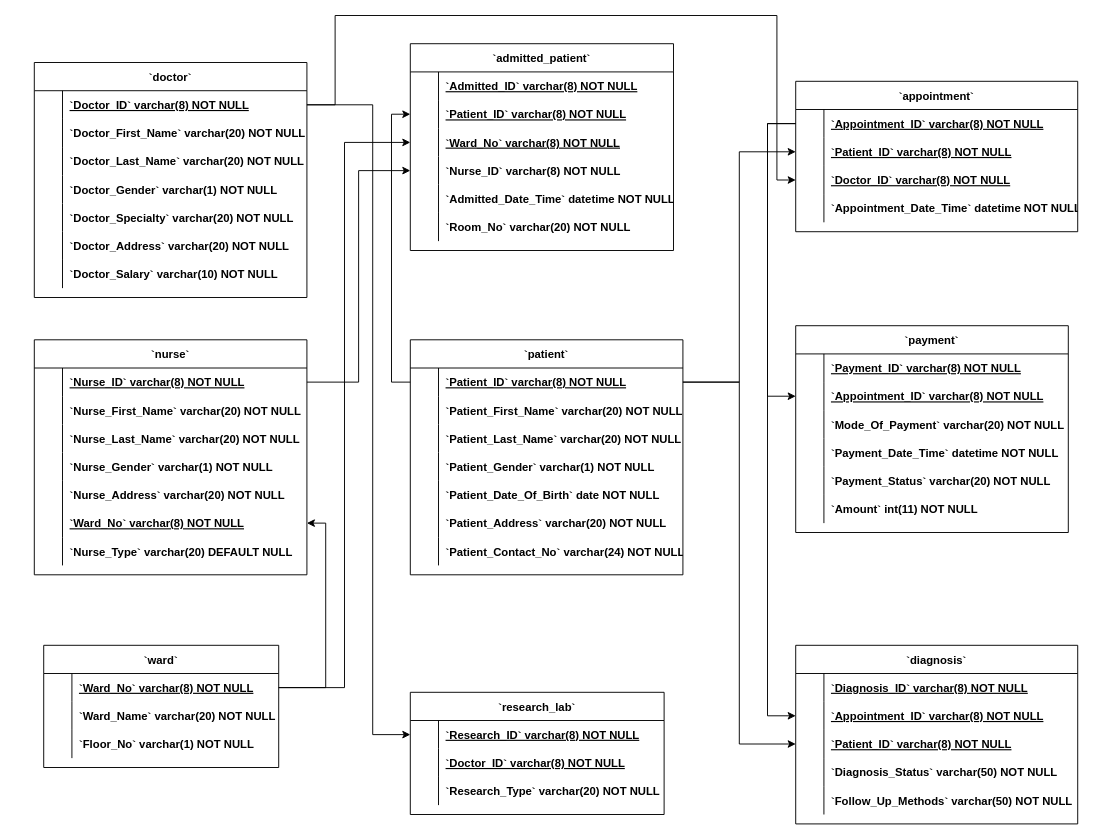
Earlier version of the draw.io diagram Untitled Diagram.drawio (shaongithub/demonahid). Source tidied: cells renumbered, new cells numbered last; positions are measured from the earlier drawing's top-left corner, leaving out a move shared by most shapes. Both pictures are drawn from the tidied source at 94%, with x=0, y=0 at pixel (34, 15).
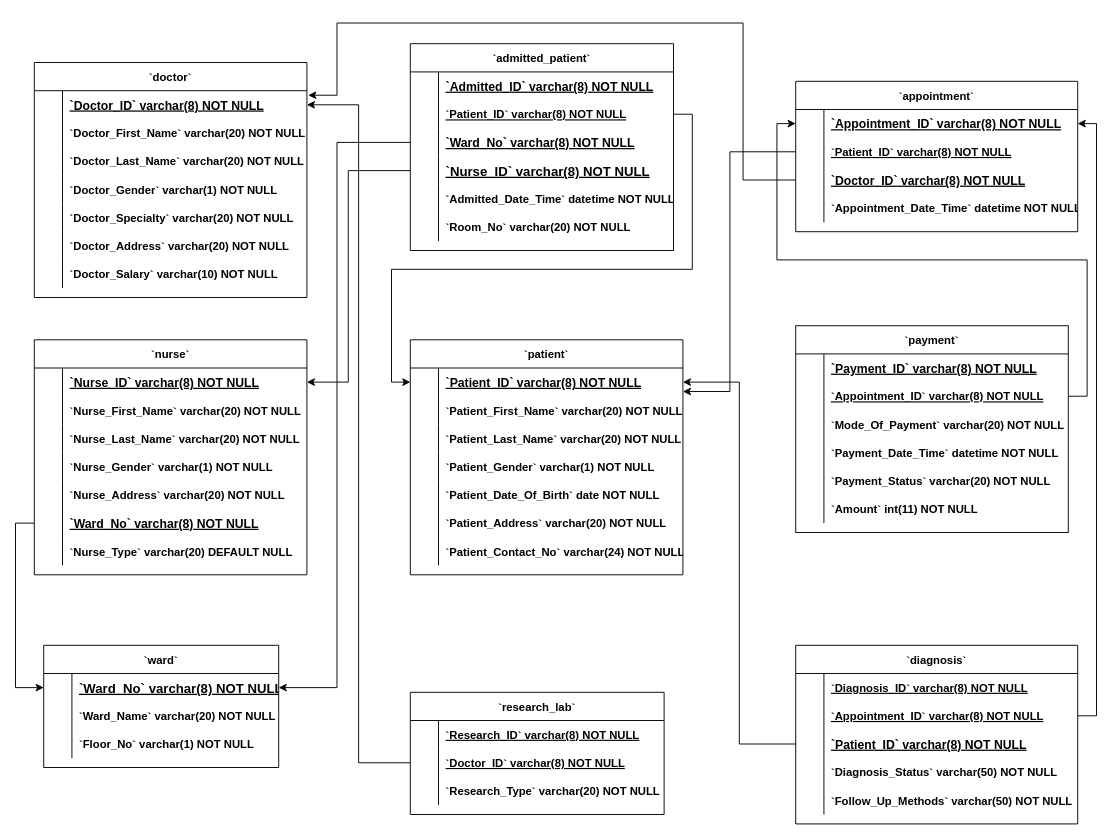
The same diagram, later.

Unchanged cells that the change refers to:
```xml
<mxCell id="3" style="shape=partialRectangle;fillColor=none;top=0;left=0;right=0;bottom=0;" parent="2" vertex="1">
  <mxGeometry y="30" width="280" height="30" as="geometry" />
</mxCell>
<mxCell id="6" style="shape=partialRectangle;fillColor=none;points=[[0,0.5],[1,0.5]];portConstraint=eastwest;top=0;left=0;right=0;bottom=0;fontStyle=1;" parent="2" vertex="1">
  <mxGeometry y="60" width="280" height="30" as="geometry" />
</mxCell>
<mxCell id="9" style="shape=partialRectangle;fillColor=none;points=[[0,0.5],[1,0.5]];portConstraint=eastwest;top=0;left=0;right=0;bottom=0;fontStyle=1;" parent="2" vertex="1">
  <mxGeometry y="90" width="280" height="30" as="geometry" />
</mxCell>
<mxCell id="12" style="shape=partialRectangle;fillColor=none;points=[[0,0.5],[1,0.5]];portConstraint=eastwest;top=0;left=0;right=0;bottom=0;fontStyle=1;" parent="2" vertex="1">
  <mxGeometry y="120" width="280" height="30" as="geometry" />
</mxCell>
<mxCell id="22" style="shape=partialRectangle;fillColor=none;points=[[0,0.5],[1,0.5]];portConstraint=eastwest;top=0;left=0;right=0;bottom=0;" parent="21" vertex="1">
  <mxGeometry y="30" width="300" height="30" as="geometry" />
</mxCell>
<mxCell id="25" style="shape=partialRectangle;fillColor=none;points=[[0,0.5],[1,0.5]];portConstraint=eastwest;top=0;left=0;right=0;bottom=0;fontStyle=1;" parent="21" vertex="1">
  <mxGeometry y="60" width="300" height="30" as="geometry" />
</mxCell>
<mxCell id="28" style="shape=partialRectangle;fillColor=none;points=[[0,0.5],[1,0.5]];portConstraint=eastwest;top=0;left=0;right=0;bottom=0;fontStyle=1;" parent="21" vertex="1">
  <mxGeometry y="90" width="300" height="30" as="geometry" />
</mxCell>
<mxCell id="38" style="shape=partialRectangle;fillColor=none;points=[[0,0.5],[1,0.5]];portConstraint=eastwest;top=0;left=0;right=0;bottom=0;fontStyle=1;" parent="34" vertex="1">
  <mxGeometry y="60" width="300" height="30" as="geometry" />
</mxCell>
<mxCell id="41" style="shape=partialRectangle;fillColor=none;points=[[0,0.5],[1,0.5]];portConstraint=eastwest;top=0;left=0;right=0;bottom=0;fontStyle=1;" parent="34" vertex="1">
  <mxGeometry y="90" width="300" height="30" as="geometry" />
</mxCell>
<mxCell id="51" style="shape=partialRectangle;fillColor=none;points=[[0,0.5],[1,0.5]];portConstraint=eastwest;top=0;left=0;right=0;bottom=0;" parent="50" vertex="1">
  <mxGeometry y="30" width="290" height="30" as="geometry" />
</mxCell>
<mxCell id="73" style="shape=partialRectangle;fillColor=none;points=[[0,0.5],[1,0.5]];portConstraint=eastwest;top=0;left=0;right=0;bottom=0;fontStyle=1;" parent="72" vertex="1">
  <mxGeometry y="30" width="290" height="30" as="geometry" />
</mxCell>
<mxCell id="88" style="shape=partialRectangle;fillColor=none;points=[[0,0.5],[1,0.5]];portConstraint=eastwest;top=0;left=0;right=0;bottom=0;fontStyle=1;" parent="72" vertex="1">
  <mxGeometry y="180" width="290" height="30" as="geometry" />
</mxCell>
<mxCell id="95" style="shape=partialRectangle;fillColor=none;points=[[0,0.5],[1,0.5]];portConstraint=eastwest;top=0;left=0;right=0;bottom=0;" parent="94" vertex="1">
  <mxGeometry y="30" width="290" height="30" as="geometry" />
</mxCell>
<mxCell id="117" style="shape=partialRectangle;fillColor=none;top=0;left=0;right=0;bottom=0;fontStyle=1;" parent="116" vertex="1">
  <mxGeometry y="30" width="290" height="30" as="geometry" />
</mxCell>
<mxCell id="120" style="shape=partialRectangle;fillColor=none;points=[[0,0.5],[1,0.5]];portConstraint=eastwest;top=0;left=0;right=0;bottom=0;fontStyle=1;" parent="116" vertex="1">
  <mxGeometry y="60" width="290" height="30" as="geometry" />
</mxCell>
<mxCell id="136" style="shape=partialRectangle;fillColor=none;points=[[0,0.5],[1,0.5]];portConstraint=eastwest;top=0;left=0;right=0;bottom=0;" parent="135" vertex="1">
  <mxGeometry y="30" width="270" height="30" as="geometry" />
</mxCell>
<mxCell id="139" style="shape=partialRectangle;fillColor=none;points=[[0,0.5],[1,0.5]];portConstraint=eastwest;top=0;left=0;right=0;bottom=0;" parent="135" vertex="1">
  <mxGeometry y="60" width="270" height="30" as="geometry" />
</mxCell>
<mxCell id="146" style="shape=partialRectangle;fillColor=none;points=[[0,0.5],[1,0.5]];portConstraint=eastwest;top=0;left=0;right=0;bottom=0;fontStyle=1;" parent="145" vertex="1">
  <mxGeometry y="30" width="250" height="30" as="geometry" />
</mxCell>
```

Diff of the diagram source:
```diff
@@
-    <mxCell id="5" value="`Admitted_ID` varchar(8) NOT NULL" style="shape=partialRectangle;overflow=hidden;fillColor=none;top=0;left=0;bottom=0;right=0;align=left;spacingLeft=6;fontStyle=5;" parent="3" vertex="1">
+    <mxCell id="5" value="`Admitted_ID` varchar(8) NOT NULL" style="shape=partialRectangle;overflow=hidden;fillColor=none;top=0;left=0;bottom=0;right=0;align=left;spacingLeft=6;fontStyle=5;fontSize=13;" parent="3" vertex="1">
       <mxGeometry x="30" width="250" height="30" as="geometry" />
     </mxCell>
@@
-    <mxCell id="11" value="`Ward_No` varchar(8) NOT NULL" style="shape=partialRectangle;overflow=hidden;fillColor=none;top=0;left=0;bottom=0;right=0;align=left;spacingLeft=6;fontStyle=5;" parent="9" vertex="1">
+    <mxCell id="11" value="`Ward_No` varchar(8) NOT NULL" style="shape=partialRectangle;overflow=hidden;fillColor=none;top=0;left=0;bottom=0;right=0;align=left;spacingLeft=6;fontStyle=5;fontSize=13;" parent="9" vertex="1">
       <mxGeometry x="30" width="250" height="30" as="geometry" />
     </mxCell>
@@
-    <mxCell id="14" value="`Nurse_ID` varchar(8) NOT NULL" style="shape=partialRectangle;overflow=hidden;fillColor=none;top=0;left=0;bottom=0;right=0;align=left;spacingLeft=6;fontStyle=1;" parent="12" vertex="1">
+    <mxCell id="14" value="`Nurse_ID` varchar(8) NOT NULL" style="shape=partialRectangle;overflow=hidden;fillColor=none;top=0;left=0;bottom=0;right=0;align=left;spacingLeft=6;fontStyle=5;fontSize=14;" parent="12" vertex="1">
       <mxGeometry x="30" width="250" height="30" as="geometry" />
     </mxCell>
@@
-    <mxCell id="24" value="`Appointment_ID` varchar(8) NOT NULL" style="shape=partialRectangle;overflow=hidden;fillColor=none;top=0;left=0;bottom=0;right=0;align=left;spacingLeft=6;fontStyle=5;strokeColor=none;strokeWidth=10;" parent="22" vertex="1">
+    <mxCell id="24" value="`Appointment_ID` varchar(8) NOT NULL" style="shape=partialRectangle;overflow=hidden;fillColor=none;top=0;left=0;bottom=0;right=0;align=left;spacingLeft=6;fontStyle=5;strokeWidth=20;perimeterSpacing=0;fontSize=13;" parent="22" vertex="1">
       <mxGeometry x="30" width="270" height="30" as="geometry" />
     </mxCell>
@@
-    <mxCell id="30" value="`Doctor_ID` varchar(8) NOT NULL" style="shape=partialRectangle;overflow=hidden;fillColor=none;top=0;left=0;bottom=0;right=0;align=left;spacingLeft=6;fontStyle=5;" parent="28" vertex="1">
+    <mxCell id="30" value="`Doctor_ID` varchar(8) NOT NULL" style="shape=partialRectangle;overflow=hidden;fillColor=none;top=0;left=0;bottom=0;right=0;align=left;spacingLeft=6;fontStyle=5;fontSize=13;" parent="28" vertex="1">
       <mxGeometry x="30" width="270" height="30" as="geometry" />
     </mxCell>
@@
-    <mxCell id="43" value="`Patient_ID` varchar(8) NOT NULL" style="shape=partialRectangle;overflow=hidden;fillColor=none;top=0;left=0;bottom=0;right=0;align=left;spacingLeft=6;fontStyle=5;" parent="41" vertex="1">
+    <mxCell id="43" value="`Patient_ID` varchar(8) NOT NULL" style="shape=partialRectangle;overflow=hidden;fillColor=none;top=0;left=0;bottom=0;right=0;align=left;spacingLeft=6;fontStyle=5;fontSize=13;strokeWidth=5;" parent="41" vertex="1">
       <mxGeometry x="30" width="270" height="30" as="geometry" />
     </mxCell>
@@
-    <mxCell id="53" value="`Doctor_ID` varchar(8) NOT NULL" style="shape=partialRectangle;overflow=hidden;fillColor=none;top=0;left=0;bottom=0;right=0;align=left;spacingLeft=6;fontStyle=5;" parent="51" vertex="1">
+    <mxCell id="53" value="`Doctor_ID` varchar(8) NOT NULL" style="shape=partialRectangle;overflow=hidden;fillColor=none;top=0;left=0;bottom=0;right=0;align=left;spacingLeft=6;fontStyle=5;fontSize=13;" parent="51" vertex="1">
       <mxGeometry x="30" width="260" height="30" as="geometry" />
     </mxCell>
@@
-    <mxCell id="75" value="`Nurse_ID` varchar(8) NOT NULL" style="shape=partialRectangle;overflow=hidden;fillColor=none;top=0;left=0;bottom=0;right=0;align=left;spacingLeft=6;fontStyle=5;" parent="73" vertex="1">
+    <mxCell id="75" value="`Nurse_ID` varchar(8) NOT NULL" style="shape=partialRectangle;overflow=hidden;fillColor=none;top=0;left=0;bottom=0;right=0;align=left;spacingLeft=6;fontStyle=5;fontSize=13;" parent="73" vertex="1">
       <mxGeometry x="30" width="260" height="30" as="geometry" />
     </mxCell>
@@
-    <mxCell id="90" value="`Ward_No` varchar(8) NOT NULL" style="shape=partialRectangle;overflow=hidden;fillColor=none;top=0;left=0;bottom=0;right=0;align=left;spacingLeft=6;fontStyle=5;" parent="88" vertex="1">
+    <mxCell id="90" value="`Ward_No` varchar(8) NOT NULL" style="shape=partialRectangle;overflow=hidden;fillColor=none;top=0;left=0;bottom=0;right=0;align=left;spacingLeft=6;fontStyle=5;fontSize=13;" parent="88" vertex="1">
       <mxGeometry x="30" width="260" height="30" as="geometry" />
     </mxCell>
@@
-    <mxCell id="97" value="`Patient_ID` varchar(8) NOT NULL" style="shape=partialRectangle;overflow=hidden;fillColor=none;top=0;left=0;bottom=0;right=0;align=left;spacingLeft=6;fontStyle=5;" parent="95" vertex="1">
+    <mxCell id="97" value="`Patient_ID` varchar(8) NOT NULL" style="shape=partialRectangle;overflow=hidden;fillColor=none;top=0;left=0;bottom=0;right=0;align=left;spacingLeft=6;fontStyle=5;fontSize=13;" parent="95" vertex="1">
       <mxGeometry x="30" width="260" height="30" as="geometry" />
     </mxCell>
@@
-    <mxCell id="119" value="`Payment_ID` varchar(8) NOT NULL" style="shape=partialRectangle;overflow=hidden;fillColor=none;top=0;left=0;bottom=0;right=0;align=left;spacingLeft=6;fontStyle=5;" parent="117" vertex="1">
+    <mxCell id="119" value="`Payment_ID` varchar(8) NOT NULL" style="shape=partialRectangle;overflow=hidden;fillColor=none;top=0;left=0;bottom=0;right=0;align=left;spacingLeft=6;fontStyle=5;fontSize=13;" parent="117" vertex="1">
       <mxGeometry x="30" width="260" height="30" as="geometry" />
     </mxCell>
@@
-    <mxCell id="148" value="`Ward_No` varchar(8) NOT NULL" style="shape=partialRectangle;overflow=hidden;fillColor=none;top=0;left=0;bottom=0;right=0;align=left;spacingLeft=6;fontStyle=5;" parent="146" vertex="1">
+    <mxCell id="148" value="`Ward_No` varchar(8) NOT NULL" style="shape=partialRectangle;overflow=hidden;fillColor=none;top=0;left=0;bottom=0;right=0;align=left;spacingLeft=6;fontStyle=5;fontSize=14;" parent="146" vertex="1">
       <mxGeometry x="30" width="220" height="30" as="geometry" />
     </mxCell>
@@
-    <mxCell id="155" style="edgeStyle=orthogonalEdgeStyle;rounded=0;jettySize=auto;html=1;entryX=0;entryY=0.5;entryDx=0;entryDy=0;" parent="1" edge="1" source="95" target="6">
-      <mxGeometry relative="1" as="geometry" />
-    </mxCell>
-    <mxCell id="156" style="edgeStyle=orthogonalEdgeStyle;rounded=0;jettySize=auto;html=1;entryX=1;entryY=0.5;entryDx=0;entryDy=0;" parent="1" edge="1" source="146" target="88">
-      <mxGeometry relative="1" as="geometry" />
-    </mxCell>
-    <mxCell id="157" style="edgeStyle=orthogonalEdgeStyle;rounded=0;jettySize=auto;html=1;" parent="1" edge="1" source="73" target="12">
-      <mxGeometry relative="1" as="geometry" />
-    </mxCell>
-    <mxCell id="158" style="edgeStyle=orthogonalEdgeStyle;rounded=0;jettySize=auto;html=1;entryX=0;entryY=0.5;entryDx=0;entryDy=0;" parent="1" edge="1" source="51" target="28">
-      <mxGeometry relative="1" as="geometry">
-        <Array as="points">
-          <mxPoint x="320" y="95" />
-          <mxPoint x="320" />
-          <mxPoint x="790" />
-          <mxPoint x="790" y="175" />
-        </Array>
-      </mxGeometry>
-    </mxCell>
-    <mxCell id="159" style="edgeStyle=orthogonalEdgeStyle;rounded=0;jettySize=auto;html=1;entryX=0;entryY=0.5;entryDx=0;entryDy=0;" parent="1" edge="1" source="146" target="9">
-      <mxGeometry relative="1" as="geometry" />
-    </mxCell>
-    <mxCell id="160" style="edgeStyle=orthogonalEdgeStyle;rounded=0;jettySize=auto;html=1;entryX=0;entryY=0.5;entryDx=0;entryDy=0;" parent="1" edge="1" source="51" target="136">
-      <mxGeometry relative="1" as="geometry">
-        <Array as="points">
-          <mxPoint x="360" y="95" />
-          <mxPoint x="360" y="765" />
-        </Array>
-      </mxGeometry>
-    </mxCell>
-    <mxCell id="161" style="edgeStyle=orthogonalEdgeStyle;rounded=0;jettySize=auto;html=1;entryX=0;entryY=0.5;entryDx=0;entryDy=0;" parent="1" edge="1" source="95" target="25">
-      <mxGeometry relative="1" as="geometry" />
-    </mxCell>
-    <mxCell id="162" style="edgeStyle=orthogonalEdgeStyle;rounded=0;jettySize=auto;html=1;" parent="1" edge="1" source="95" target="41">
-      <mxGeometry relative="1" as="geometry" />
-    </mxCell>
-    <mxCell id="163" style="edgeStyle=orthogonalEdgeStyle;rounded=0;jettySize=auto;html=1;entryX=0;entryY=0.5;entryDx=0;entryDy=0;" parent="1" edge="1" source="22" target="38">
-      <mxGeometry relative="1" as="geometry">
-        <Array as="points">
-          <mxPoint x="780" y="115" />
-          <mxPoint x="780" y="745" />
-        </Array>
-      </mxGeometry>
-    </mxCell>
-    <mxCell id="164" style="edgeStyle=orthogonalEdgeStyle;rounded=0;jettySize=auto;html=1;entryX=0;entryY=0.5;entryDx=0;entryDy=0;" parent="1" edge="1" source="22" target="120">
-      <mxGeometry relative="1" as="geometry">
-        <Array as="points">
-          <mxPoint x="780" y="115" />
-          <mxPoint x="780" y="405" />
-        </Array>
-      </mxGeometry>
-    </mxCell>
+    <mxCell id="165" style="edgeStyle=orthogonalEdgeStyle;rounded=0;jettySize=auto;html=1;entryX=1;entryY=0.5;entryDx=0;entryDy=0;" parent="1" edge="1" source="41" target="95">
+      <mxGeometry relative="1" as="geometry" />
+    </mxCell>
+    <mxCell id="166" style="edgeStyle=orthogonalEdgeStyle;rounded=0;jettySize=auto;html=1;entryX=1;entryY=0.833;entryDx=0;entryDy=0;entryPerimeter=0;" parent="1" edge="1" source="25" target="95">
+      <mxGeometry relative="1" as="geometry">
+        <Array as="points">
+          <mxPoint x="740" y="145" />
+          <mxPoint x="740" y="400" />
+        </Array>
+      </mxGeometry>
+    </mxCell>
+    <mxCell id="167" style="edgeStyle=orthogonalEdgeStyle;rounded=0;jettySize=auto;html=1;entryX=0;entryY=0.5;entryDx=0;entryDy=0;" parent="1" edge="1" source="6" target="95">
+      <mxGeometry relative="1" as="geometry">
+        <Array as="points">
+          <mxPoint x="700" y="105" />
+          <mxPoint x="700" y="270" />
+          <mxPoint x="380" y="270" />
+          <mxPoint x="380" y="390" />
+        </Array>
+      </mxGeometry>
+    </mxCell>
+    <mxCell id="168" style="edgeStyle=orthogonalEdgeStyle;rounded=0;jettySize=auto;html=1;entryX=1;entryY=0.5;entryDx=0;entryDy=0;" parent="1" edge="1" source="139" target="51">
+      <mxGeometry relative="1" as="geometry" />
+    </mxCell>
+    <mxCell id="169" style="edgeStyle=orthogonalEdgeStyle;rounded=0;jettySize=auto;html=1;entryX=0;entryY=0.5;entryDx=0;entryDy=0;fontFamily=Verdana;fontSize=13;fontColor=#000000;" parent="1" edge="1" source="88" target="146">
+      <mxGeometry relative="1" as="geometry" />
+    </mxCell>
+    <mxCell id="170" style="edgeStyle=orthogonalEdgeStyle;rounded=0;jettySize=auto;html=1;entryX=1;entryY=0.5;entryDx=0;entryDy=0;fontFamily=Verdana;fontSize=13;fontColor=#000000;" parent="1" edge="1" source="12" target="73">
+      <mxGeometry relative="1" as="geometry">
+        <Array as="points">
+          <mxPoint x="334" y="165" />
+          <mxPoint x="334" y="390" />
+        </Array>
+      </mxGeometry>
+    </mxCell>
+    <mxCell id="171" style="edgeStyle=orthogonalEdgeStyle;rounded=0;jettySize=auto;html=1;entryX=1;entryY=0.5;entryDx=0;entryDy=0;fontFamily=Verdana;fontSize=13;fontColor=#000000;" parent="1" edge="1" source="9" target="146">
+      <mxGeometry relative="1" as="geometry">
+        <Array as="points">
+          <mxPoint x="322" y="135" />
+          <mxPoint x="322" y="715" />
+        </Array>
+      </mxGeometry>
+    </mxCell>
+    <mxCell id="172" style="edgeStyle=orthogonalEdgeStyle;rounded=0;jettySize=auto;html=1;entryX=1.005;entryY=0.159;entryDx=0;entryDy=0;entryPerimeter=0;fontFamily=Verdana;fontSize=13;fontColor=#000000;" parent="1" edge="1" source="28" target="51">
+      <mxGeometry relative="1" as="geometry">
+        <Array as="points">
+          <mxPoint x="754" y="175" />
+          <mxPoint x="754" y="8" />
+          <mxPoint x="322" y="8" />
+          <mxPoint x="322" y="85" />
+        </Array>
+      </mxGeometry>
+    </mxCell>
+    <mxCell id="173" style="edgeStyle=orthogonalEdgeStyle;rounded=0;jettySize=auto;html=1;entryX=0;entryY=0.5;entryDx=0;entryDy=0;fontFamily=Verdana;fontSize=14;fontColor=#000000;" parent="1" edge="1" source="120" target="22">
+      <mxGeometry relative="1" as="geometry" />
+    </mxCell>
+    <mxCell id="174" style="edgeStyle=orthogonalEdgeStyle;rounded=0;jettySize=auto;html=1;entryX=1;entryY=0.5;entryDx=0;entryDy=0;fontFamily=Verdana;fontSize=14;fontColor=#000000;" parent="1" edge="1" source="38" target="22">
+      <mxGeometry relative="1" as="geometry">
+        <Array as="points">
+          <mxPoint x="1130" y="745" />
+          <mxPoint x="1130" y="115" />
+        </Array>
+      </mxGeometry>
+    </mxCell>
```
